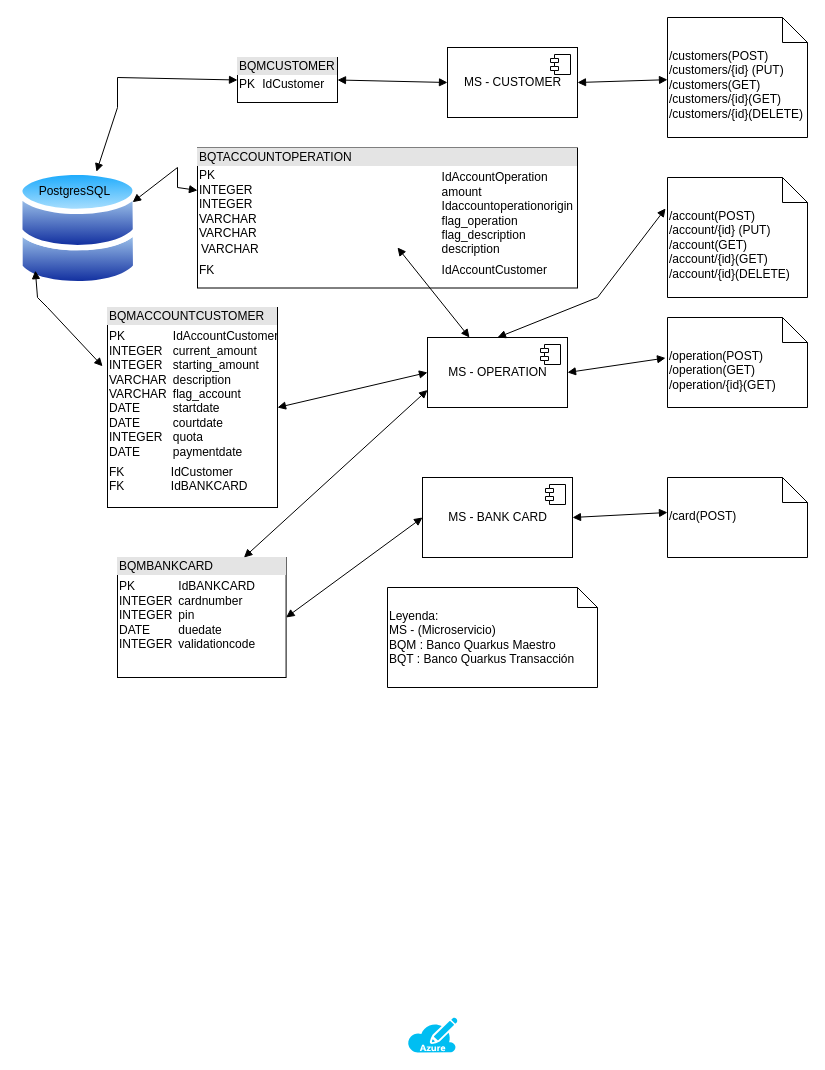
Earlier version of the draw.io diagram SolutionBank-v1.drawio (AppBancoQuarkus/designsolution). Source tidied: cells renumbered, new cells numbered last; positions are measured from the earlier drawing's top-left corner, leaving out a move shared by most shapes. Both pictures are drawn from the tidied source at 100%, with x=0, y=0 at pixel (17, 17).
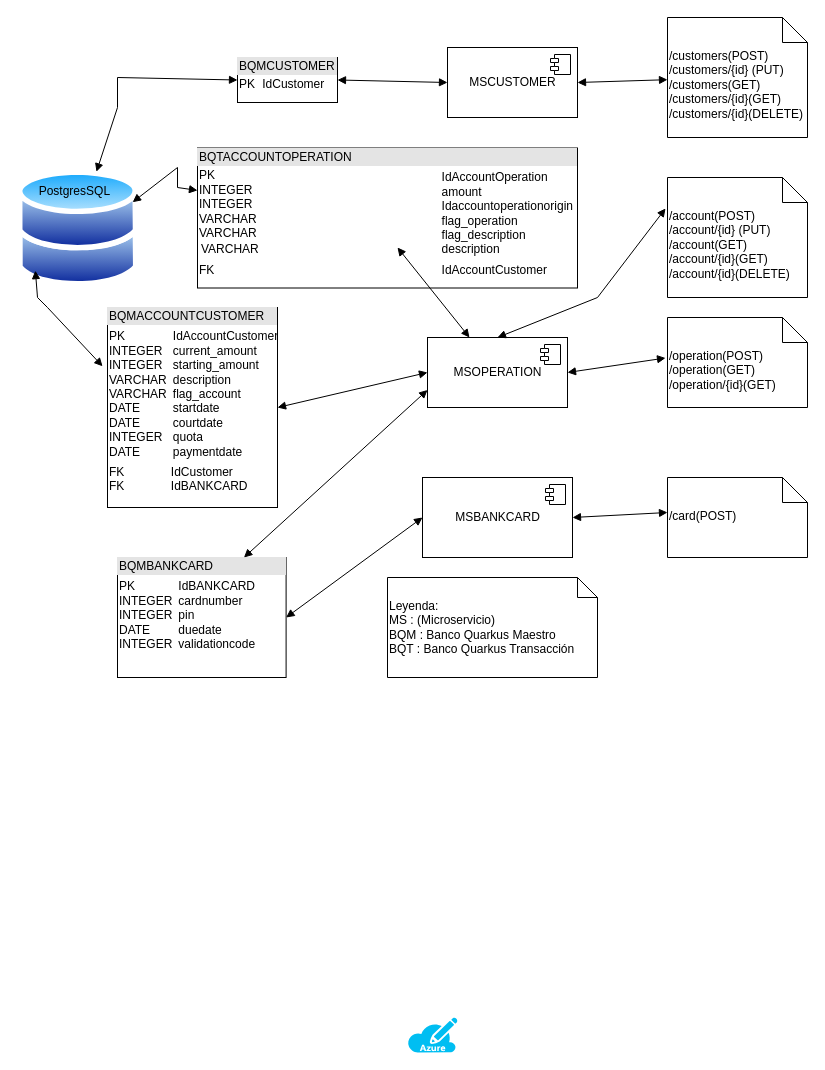
After the change.

Commit message:
Actualizando el nombre del archivo v3

Diff of the diagram source:
```diff
@@
-    <mxCell id="3" value="MS - CUSTOMER" style="html=1;" parent="1" vertex="1">
+    <mxCell id="3" value="MSCUSTOMER" style="html=1;" parent="1" vertex="1">
       <mxGeometry x="430" y="30" width="130" height="70" as="geometry" />
     </mxCell>
@@
-    <mxCell id="12" value="MS - OPERATION" style="html=1;" parent="1" vertex="1">
+    <mxCell id="12" value="MSOPERATION" style="html=1;" parent="1" vertex="1">
       <mxGeometry x="410" y="320" width="140" height="70" as="geometry" />
     </mxCell>
@@
-    <mxCell id="23" value="MS - BANK CARD" style="html=1;" parent="1" vertex="1">
+    <mxCell id="23" value="MSBANKCARD" style="html=1;" parent="1" vertex="1">
       <mxGeometry x="405" y="460" width="150" height="80" as="geometry" />
     </mxCell>
@@
-    <mxCell id="30" value="Leyenda:&lt;br&gt;MS - (Microservicio)&lt;br&gt;BQM : Banco Quarkus Maestro&lt;br&gt;BQT : Banco Quarkus Transacción" style="shape=note;size=20;whiteSpace=wrap;html=1;align=left;" parent="1" vertex="1">
-      <mxGeometry x="370" y="570" width="210" height="100" as="geometry" />
+    <mxCell id="30" value="Leyenda:&lt;br&gt;MS : (Microservicio)&lt;br&gt;BQM : Banco Quarkus Maestro&lt;br&gt;BQT : Banco Quarkus Transacción" style="shape=note;size=20;whiteSpace=wrap;html=1;align=left;" parent="1" vertex="1">
+      <mxGeometry x="370" y="560" width="210" height="100" as="geometry" />
     </mxCell>
```
